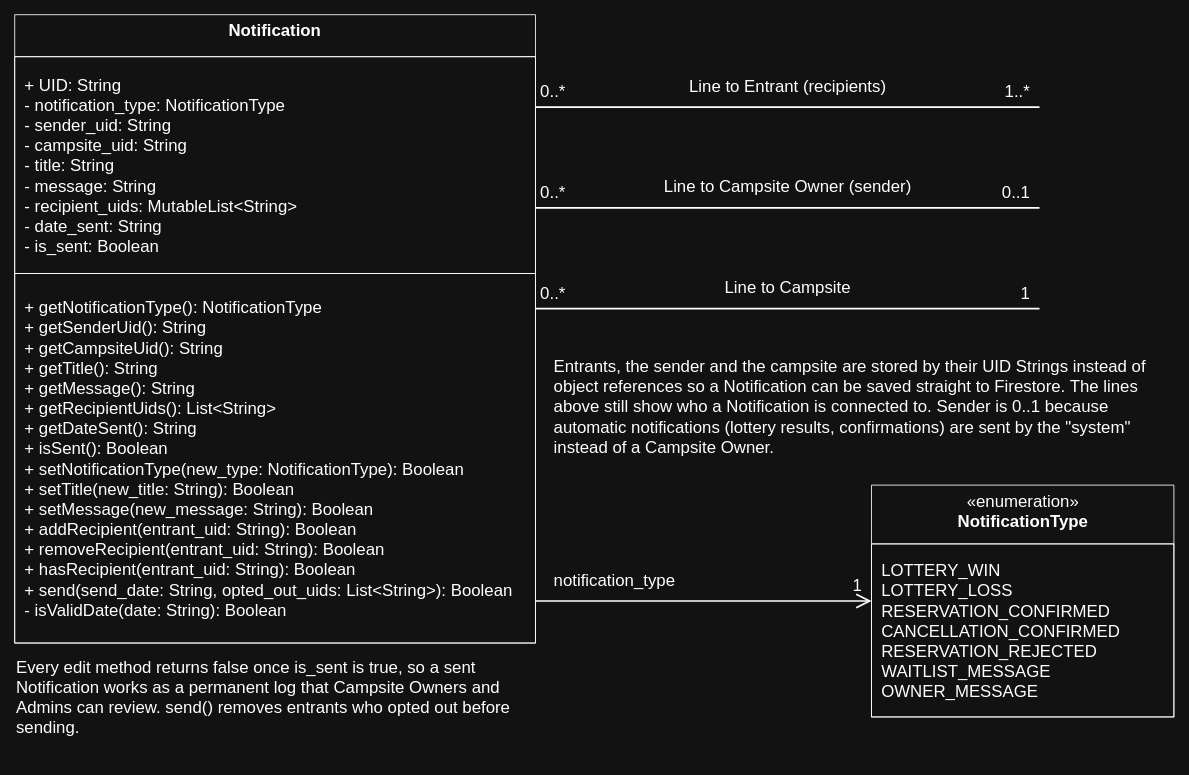
CMPUT301F26sakura/sakura-events keeps this draw.io diagram as doc/NotificationUML.drawio. Above is the earlier version. Source tidied: cells renumbered, new cells numbered last; positions are measured from the earlier drawing's top-left corner, leaving out a move shared by most shapes. Both pictures are drawn from the tidied source at 84%, with x=0, y=0 at pixel (14, 14).
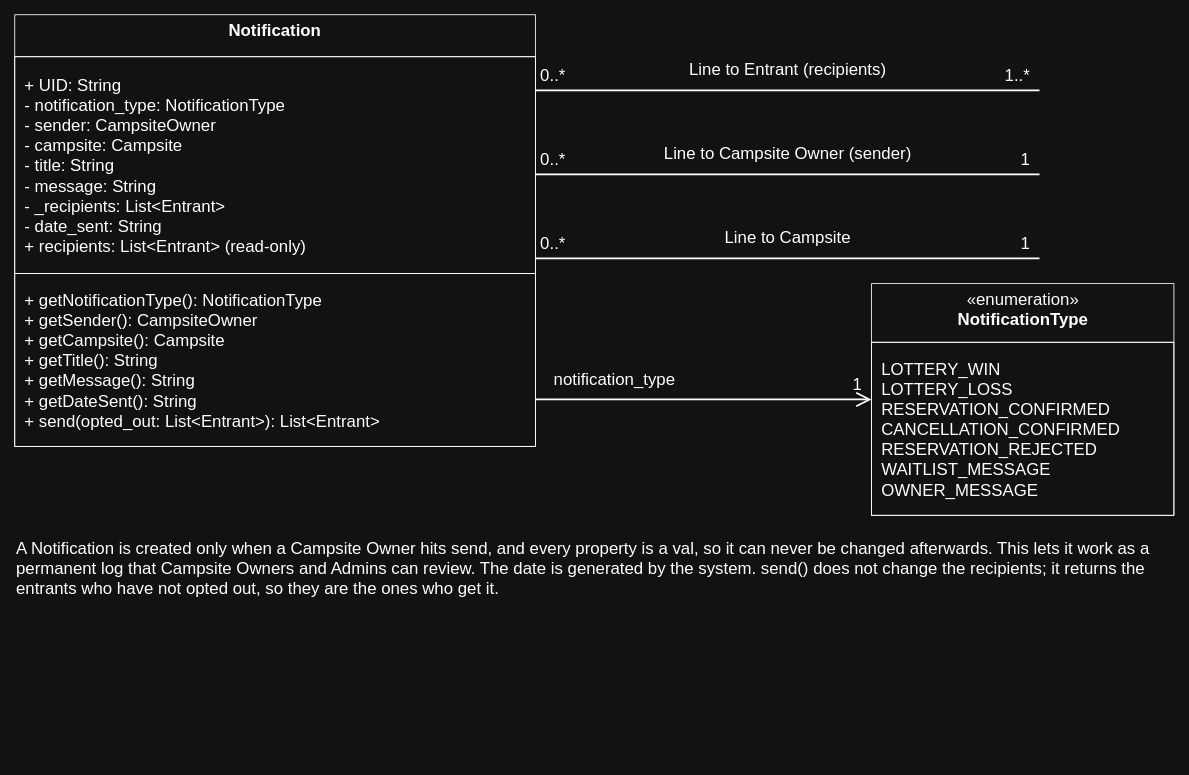
The same page after the edit.

Commit message (it also covers changes not shown here):
Address review: vals, object references, remove setters

What changed in the source:
```diff
@@
     <mxCell id="2" value="Notification" style="swimlane;fontStyle=1;align=center;verticalAlign=top;horizontal=1;startSize=50;fillColor=none;strokeColor=#FFFFFF;fontColor=#FFFFFF;fontSize=20;" parent="1" vertex="1">
-      <mxGeometry width="620" height="748" as="geometry" />
+      <mxGeometry width="620" height="514" as="geometry" />
     </mxCell>
-    <mxCell id="3" value="+ UID: String&lt;br&gt;- notification_type: NotificationType&lt;br&gt;- sender_uid: String&lt;br&gt;- campsite_uid: String&lt;br&gt;- title: String&lt;br&gt;- message: String&lt;br&gt;- recipient_uids: MutableList&amp;lt;String&amp;gt;&lt;br&gt;- date_sent: String&lt;br&gt;- is_sent: Boolean" style="text;html=1;align=left;verticalAlign=middle;spacingLeft=10;whiteSpace=wrap;fillColor=none;strokeColor=#FFFFFF;fontColor=#FFFFFF;fontSize=20;" parent="2" vertex="1">
+    <mxCell id="3" value="+ UID: String&lt;br&gt;- notification_type: NotificationType&lt;br&gt;- sender: CampsiteOwner&lt;br&gt;- campsite: Campsite&lt;br&gt;- title: String&lt;br&gt;- message: String&lt;br&gt;- _recipients: List&amp;lt;Entrant&amp;gt;&lt;br&gt;- date_sent: String&lt;br&gt;+ recipients: List&amp;lt;Entrant&amp;gt; (read-only)" style="text;html=1;align=left;verticalAlign=middle;spacingLeft=10;whiteSpace=wrap;fillColor=none;strokeColor=#FFFFFF;fontColor=#FFFFFF;fontSize=20;" parent="2" vertex="1">
       <mxGeometry y="50" width="620" height="258" as="geometry" />
     </mxCell>
-    <mxCell id="4" value="+ getNotificationType(): NotificationType&lt;br&gt;+ getSenderUid(): String&lt;br&gt;+ getCampsiteUid(): String&lt;br&gt;+ getTitle(): String&lt;br&gt;+ getMessage(): String&lt;br&gt;+ getRecipientUids(): List&amp;lt;String&amp;gt;&lt;br&gt;+ getDateSent(): String&lt;br&gt;+ isSent(): Boolean&lt;br&gt;+ setNotificationType(new_type: NotificationType): Boolean&lt;br&gt;+ setTitle(new_title: String): Boolean&lt;br&gt;+ setMessage(new_message: String): Boolean&lt;br&gt;+ addRecipient(entrant_uid: String): Boolean&lt;br&gt;+ removeRecipient(entrant_uid: String): Boolean&lt;br&gt;+ hasRecipient(entrant_uid: String): Boolean&lt;br&gt;+ send(send_date: String, opted_out_uids: List&amp;lt;String&amp;gt;): Boolean&lt;br&gt;- isValidDate(date: String): Boolean" style="text;html=1;align=left;verticalAlign=middle;spacingLeft=10;whiteSpace=wrap;fillColor=none;strokeColor=#FFFFFF;fontColor=#FFFFFF;fontSize=20;" parent="2" vertex="1">
-      <mxGeometry y="308" width="620" height="440" as="geometry" />
+    <mxCell id="4" value="+ getNotificationType(): NotificationType&lt;br&gt;+ getSender(): CampsiteOwner&lt;br&gt;+ getCampsite(): Campsite&lt;br&gt;+ getTitle(): String&lt;br&gt;+ getMessage(): String&lt;br&gt;+ getDateSent(): String&lt;br&gt;+ send(opted_out: List&amp;lt;Entrant&amp;gt;): List&amp;lt;Entrant&amp;gt;" style="text;html=1;align=left;verticalAlign=middle;spacingLeft=10;whiteSpace=wrap;fillColor=none;strokeColor=#FFFFFF;fontColor=#FFFFFF;fontSize=20;" parent="2" vertex="1">
+      <mxGeometry y="308" width="620" height="206" as="geometry" />
     </mxCell>
     <mxCell id="5" value="&amp;laquo;enumeration&amp;raquo;&lt;br&gt;&lt;b&gt;NotificationType&lt;/b&gt;" style="swimlane;fontStyle=0;align=center;verticalAlign=top;horizontal=1;startSize=70;fillColor=none;strokeColor=#FFFFFF;fontColor=#FFFFFF;fontSize=20;html=1;" parent="1" vertex="1">
-      <mxGeometry x="1020" y="560" width="360" height="276" as="geometry" />
+      <mxGeometry x="1020" y="320" width="360" height="276" as="geometry" />
     </mxCell>
@@
     <mxCell id="7" style="endArrow=none;html=1;strokeColor=#FFFFFF;strokeWidth=2;" parent="1" edge="1">
       <mxGeometry relative="1" as="geometry">
-        <mxPoint x="620" y="110" as="sourcePoint" />
-        <mxPoint x="1220" y="110" as="targetPoint" />
+        <mxPoint x="620" y="90" as="sourcePoint" />
+        <mxPoint x="1220" y="90" as="targetPoint" />
       </mxGeometry>
     </mxCell>
     <mxCell id="8" value="Line to Entrant (recipients)" style="text;html=1;align=center;verticalAlign=middle;fillColor=none;strokeColor=none;fontColor=#FFFFFF;fontSize=20;" parent="1" vertex="1">
-      <mxGeometry x="730" y="66" width="380" height="36" as="geometry" />
+      <mxGeometry x="730" y="46" width="380" height="36" as="geometry" />
     </mxCell>
     <mxCell id="9" value="0..*" style="text;html=1;align=left;verticalAlign=middle;fillColor=none;strokeColor=none;fontColor=#FFFFFF;fontSize=20;" parent="1" vertex="1">
-      <mxGeometry x="624" y="76" width="60" height="30" as="geometry" />
+      <mxGeometry x="624" y="56" width="60" height="30" as="geometry" />
     </mxCell>
     <mxCell id="10" value="1..*" style="text;html=1;align=right;verticalAlign=middle;fillColor=none;strokeColor=none;fontColor=#FFFFFF;fontSize=20;" parent="1" vertex="1">
-      <mxGeometry x="1150" y="76" width="60" height="30" as="geometry" />
+      <mxGeometry x="1150" y="56" width="60" height="30" as="geometry" />
     </mxCell>
     <mxCell id="11" style="endArrow=none;html=1;strokeColor=#FFFFFF;strokeWidth=2;" parent="1" edge="1">
       <mxGeometry relative="1" as="geometry">
-        <mxPoint x="620" y="230" as="sourcePoint" />
-        <mxPoint x="1220" y="230" as="targetPoint" />
+        <mxPoint x="620" y="190" as="sourcePoint" />
+        <mxPoint x="1220" y="190" as="targetPoint" />
       </mxGeometry>
     </mxCell>
     <mxCell id="12" value="Line to Campsite Owner (sender)" style="text;html=1;align=center;verticalAlign=middle;fillColor=none;strokeColor=none;fontColor=#FFFFFF;fontSize=20;" parent="1" vertex="1">
-      <mxGeometry x="730" y="186" width="380" height="36" as="geometry" />
+      <mxGeometry x="730" y="146" width="380" height="36" as="geometry" />
     </mxCell>
     <mxCell id="13" value="0..*" style="text;html=1;align=left;verticalAlign=middle;fillColor=none;strokeColor=none;fontColor=#FFFFFF;fontSize=20;" parent="1" vertex="1">
-      <mxGeometry x="624" y="196" width="60" height="30" as="geometry" />
+      <mxGeometry x="624" y="156" width="60" height="30" as="geometry" />
     </mxCell>
-    <mxCell id="14" value="0..1" style="text;html=1;align=right;verticalAlign=middle;fillColor=none;strokeColor=none;fontColor=#FFFFFF;fontSize=20;" parent="1" vertex="1">
-      <mxGeometry x="1150" y="196" width="60" height="30" as="geometry" />
+    <mxCell id="14" value="1" style="text;html=1;align=right;verticalAlign=middle;fillColor=none;strokeColor=none;fontColor=#FFFFFF;fontSize=20;" parent="1" vertex="1">
+      <mxGeometry x="1150" y="156" width="60" height="30" as="geometry" />
     </mxCell>
     <mxCell id="15" style="endArrow=none;html=1;strokeColor=#FFFFFF;strokeWidth=2;" parent="1" edge="1">
       <mxGeometry relative="1" as="geometry">
-        <mxPoint x="620" y="350" as="sourcePoint" />
-        <mxPoint x="1220" y="350" as="targetPoint" />
+        <mxPoint x="620" y="290" as="sourcePoint" />
+        <mxPoint x="1220" y="290" as="targetPoint" />
       </mxGeometry>
     </mxCell>
     <mxCell id="16" value="Line to Campsite" style="text;html=1;align=center;verticalAlign=middle;fillColor=none;strokeColor=none;fontColor=#FFFFFF;fontSize=20;" parent="1" vertex="1">
-      <mxGeometry x="730" y="306" width="380" height="36" as="geometry" />
+      <mxGeometry x="730" y="246" width="380" height="36" as="geometry" />
     </mxCell>
     <mxCell id="17" value="0..*" style="text;html=1;align=left;verticalAlign=middle;fillColor=none;strokeColor=none;fontColor=#FFFFFF;fontSize=20;" parent="1" vertex="1">
-      <mxGeometry x="624" y="316" width="60" height="30" as="geometry" />
+      <mxGeometry x="624" y="256" width="60" height="30" as="geometry" />
     </mxCell>
     <mxCell id="18" value="1" style="text;html=1;align=right;verticalAlign=middle;fillColor=none;strokeColor=none;fontColor=#FFFFFF;fontSize=20;" parent="1" vertex="1">
-      <mxGeometry x="1150" y="316" width="60" height="30" as="geometry" />
+      <mxGeometry x="1150" y="256" width="60" height="30" as="geometry" />
     </mxCell>
     <mxCell id="19" style="endArrow=none;html=1;strokeColor=#FFFFFF;strokeWidth=2;endArrow=open;endSize=14;" parent="1" edge="1">
       <mxGeometry relative="1" as="geometry">
-        <mxPoint x="620" y="698" as="sourcePoint" />
-        <mxPoint x="1020" y="698" as="targetPoint" />
+        <mxPoint x="620" y="458" as="sourcePoint" />
+        <mxPoint x="1020" y="458" as="targetPoint" />
       </mxGeometry>
     </mxCell>
     <mxCell id="20" value="notification_type" style="text;html=1;align=left;verticalAlign=middle;fillColor=none;strokeColor=none;fontColor=#FFFFFF;fontSize=20;" parent="1" vertex="1">
-      <mxGeometry x="640" y="658" width="200" height="30" as="geometry" />
+      <mxGeometry x="640" y="418" width="200" height="30" as="geometry" />
     </mxCell>
     <mxCell id="21" value="1" style="text;html=1;align=right;verticalAlign=middle;fillColor=none;strokeColor=none;fontColor=#FFFFFF;fontSize=20;" parent="1" vertex="1">
-      <mxGeometry x="960" y="664" width="50" height="30" as="geometry" />
+      <mxGeometry x="960" y="424" width="50" height="30" as="geometry" />
     </mxCell>
-    <mxCell id="22" value="Entrants, the sender and the campsite are stored by their UID Strings instead of object references so a Notification can be saved straight to Firestore. The lines above still show who a Notification is connected to. Sender is 0..1 because automatic notifications (lottery results, confirmations) are sent by the &quot;system&quot; instead of a Campsite Owner." style="text;html=1;align=left;verticalAlign=top;whiteSpace=wrap;fillColor=none;strokeColor=none;fontColor=#FFFFFF;fontSize=20;" parent="1" vertex="1">
-      <mxGeometry x="640" y="400" width="720" height="150" as="geometry" />
+    <mxCell id="22" style="text;html=1;align=left;verticalAlign=top;whiteSpace=wrap;fillColor=none;strokeColor=none;fontColor=#FFFFFF;fontSize=20;" parent="1" vertex="1">
+      <mxGeometry x="640" width="10" height="10" as="geometry" />
     </mxCell>
-    <mxCell id="23" value="Every edit method returns false once is_sent is true, so a sent Notification works as a permanent log that Campsite Owners and Admins can review. send() removes entrants who opted out before sending." style="text;html=1;align=left;verticalAlign=top;whiteSpace=wrap;fillColor=none;strokeColor=none;fontColor=#FFFFFF;fontSize=20;" parent="1" vertex="1">
-      <mxGeometry y="758" width="620" height="130" as="geometry" />
+    <mxCell id="23" value="A Notification is created only when a Campsite Owner hits send, and every property is a val, so it can never be changed afterwards. This lets it work as a permanent log that Campsite Owners and Admins can review. The date is generated by the system. send() does not change the recipients; it returns the entrants who have not opted out, so they are the ones who get it." style="text;html=1;align=left;verticalAlign=top;whiteSpace=wrap;fillColor=none;strokeColor=none;fontColor=#FFFFFF;fontSize=20;" parent="1" vertex="1">
+      <mxGeometry y="616" width="1380" height="130" as="geometry" />
     </mxCell>
```
